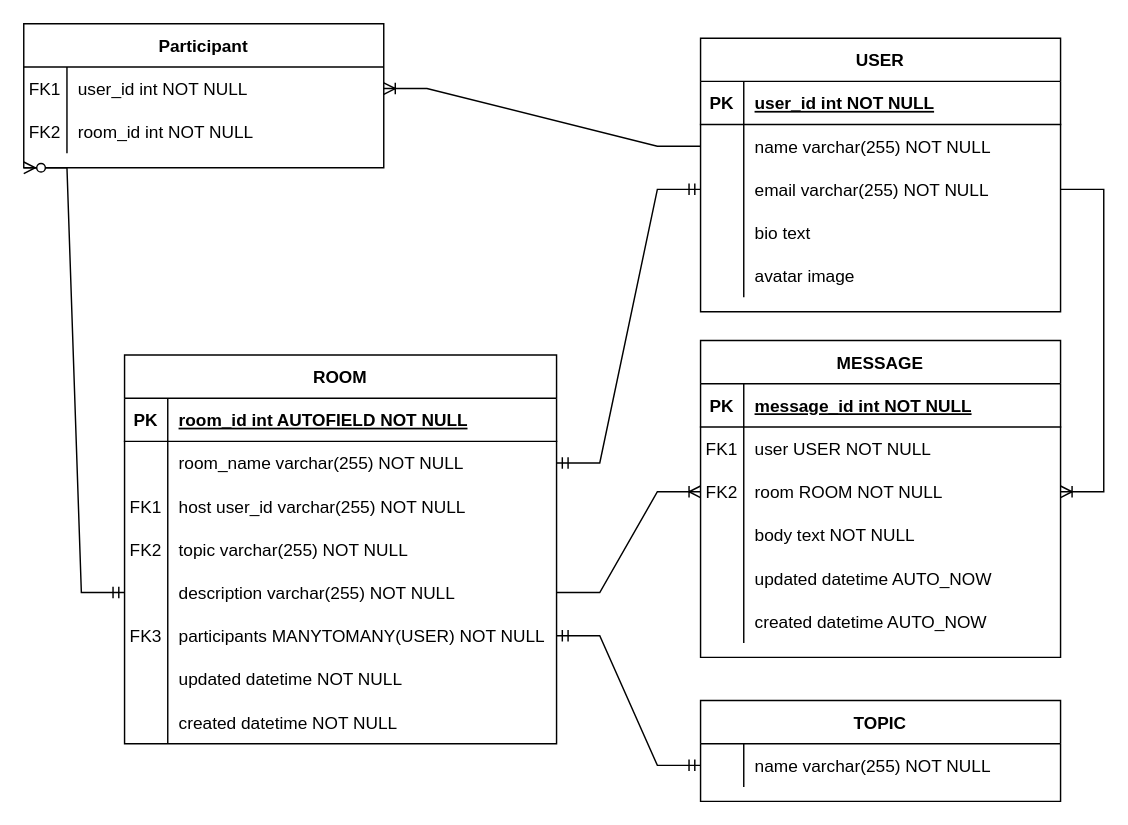
Earlier version of the draw.io diagram Internet&Protocol/myProject/model.drawio (longhoangth/Assignment). Source tidied: cells renumbered, new cells numbered last; positions are measured from the earlier drawing's top-left corner, leaving out a move shared by most shapes. Both pictures are drawn from the tidied source at 144%, with x=0, y=0 at pixel (23, 23).
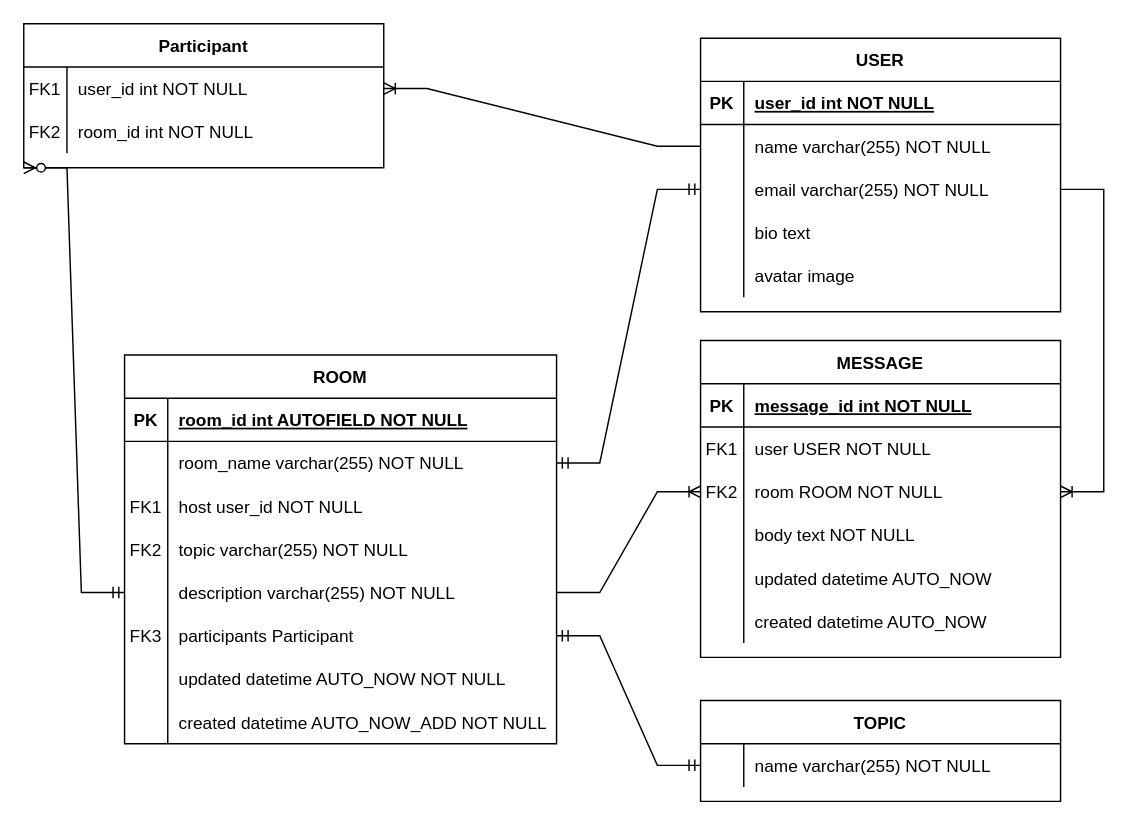
The same page after the edit.

Unchanged cells that the change refers to:
```xml
<mxCell id="25" style="shape=partialRectangle;fillColor=none;top=0;left=0;right=0;bottom=0;labelBackgroundColor=none;" parent="18" vertex="1">
  <mxGeometry y="90" width="300" height="30" as="geometry" />
</mxCell>
<mxCell id="34" style="shape=partialRectangle;fillColor=none;points=[[0,0.5],[1,0.5]];portConstraint=eastwest;top=0;left=0;right=0;bottom=0;labelBackgroundColor=none;" parent="18" vertex="1">
  <mxGeometry y="180" width="300" height="30" as="geometry" />
</mxCell>
<mxCell id="37" style="shape=partialRectangle;fillColor=none;top=0;left=0;right=0;bottom=0;labelBackgroundColor=none;" parent="18" vertex="1">
  <mxGeometry y="210" width="300" height="30" as="geometry" />
</mxCell>
<mxCell id="40" style="shape=partialRectangle;fillColor=none;top=0;left=0;right=0;bottom=0;labelBackgroundColor=none;" parent="18" vertex="1">
  <mxGeometry y="240" width="300" height="30" as="geometry" />
</mxCell>
```

Change to the diagram source:
```diff
@@
-    <mxCell id="27" value="host user_id varchar(255) NOT NULL" style="shape=partialRectangle;overflow=hidden;fillColor=none;top=0;left=0;bottom=0;right=0;align=left;spacingLeft=6;labelBackgroundColor=none;" parent="25" vertex="1">
+    <mxCell id="27" value="host user_id NOT NULL" style="shape=partialRectangle;overflow=hidden;fillColor=none;top=0;left=0;bottom=0;right=0;align=left;spacingLeft=6;labelBackgroundColor=none;" parent="25" vertex="1">
       <mxGeometry x="30" width="270" height="30" as="geometry" />
     </mxCell>
@@
-    <mxCell id="36" value="participants MANYTOMANY(USER) NOT NULL" style="shape=partialRectangle;overflow=hidden;fillColor=none;top=0;left=0;bottom=0;right=0;align=left;spacingLeft=6;labelBackgroundColor=none;" parent="34" vertex="1">
+    <mxCell id="36" value="participants Participant" style="shape=partialRectangle;overflow=hidden;fillColor=none;top=0;left=0;bottom=0;right=0;align=left;spacingLeft=6;labelBackgroundColor=none;" parent="34" vertex="1">
       <mxGeometry x="30" width="270" height="30" as="geometry" />
     </mxCell>
@@
-    <mxCell id="39" value="updated datetime NOT NULL" style="shape=partialRectangle;overflow=hidden;fillColor=none;top=0;left=0;bottom=0;right=0;align=left;spacingLeft=6;labelBackgroundColor=none;" parent="37" vertex="1">
+    <mxCell id="39" value="updated datetime AUTO_NOW NOT NULL" style="shape=partialRectangle;overflow=hidden;fillColor=none;top=0;left=0;bottom=0;right=0;align=left;spacingLeft=6;labelBackgroundColor=none;" parent="37" vertex="1">
       <mxGeometry x="30" width="270" height="30" as="geometry" />
     </mxCell>
@@
-    <mxCell id="42" value="created datetime NOT NULL" style="shape=partialRectangle;overflow=hidden;fillColor=none;top=0;left=0;bottom=0;right=0;align=left;spacingLeft=6;labelBackgroundColor=none;" parent="40" vertex="1">
+    <mxCell id="42" value="created datetime AUTO_NOW_ADD NOT NULL" style="shape=partialRectangle;overflow=hidden;fillColor=none;top=0;left=0;bottom=0;right=0;align=left;spacingLeft=6;labelBackgroundColor=none;" parent="40" vertex="1">
       <mxGeometry x="30" width="270" height="30" as="geometry" />
     </mxCell>
```
